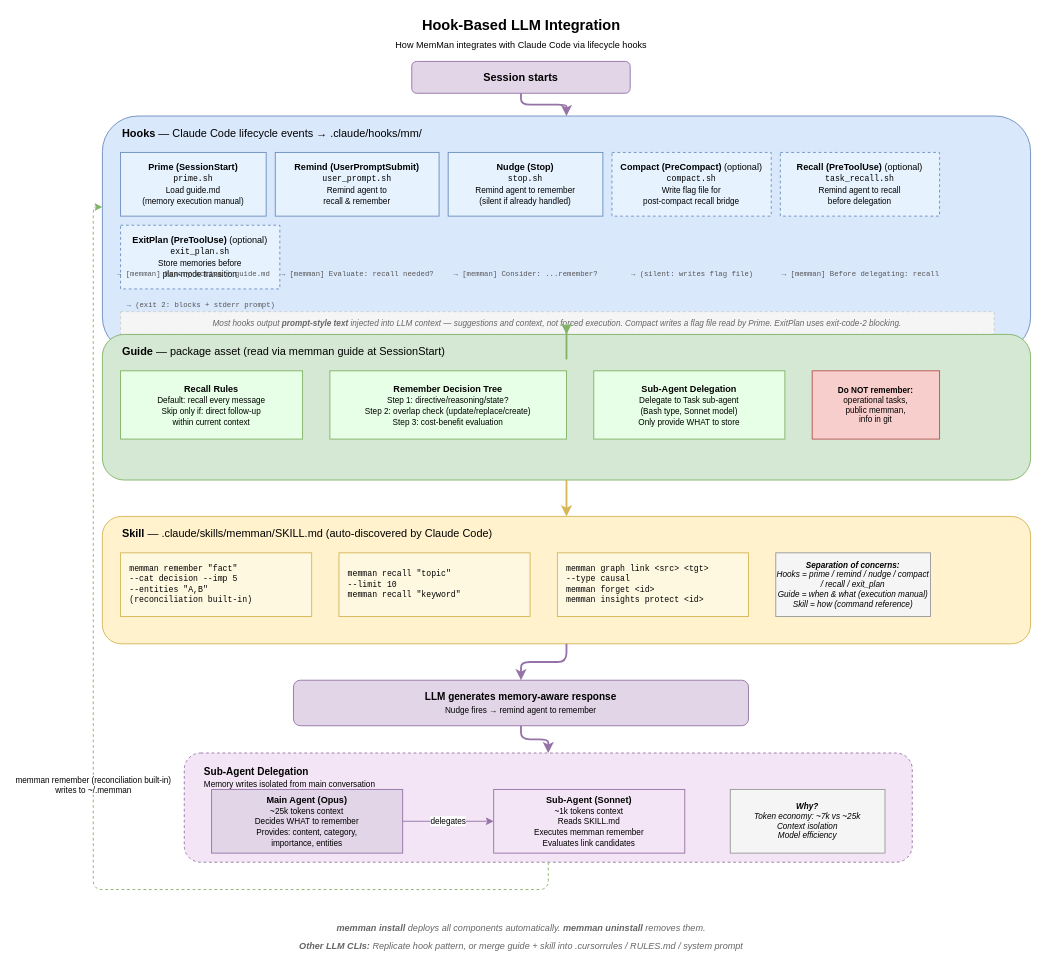
bissli/memman keeps this draw.io diagram as docs/diagrams/08-three-layer-integration.drawio. Above is the earlier version. Source tidied: cells renumbered, new cells numbered last; positions are measured from the earlier drawing's top-left corner, leaving out a move shared by most shapes. Both pictures are drawn from the tidied source at 91%, with x=0, y=0 at pixel (93, 15).
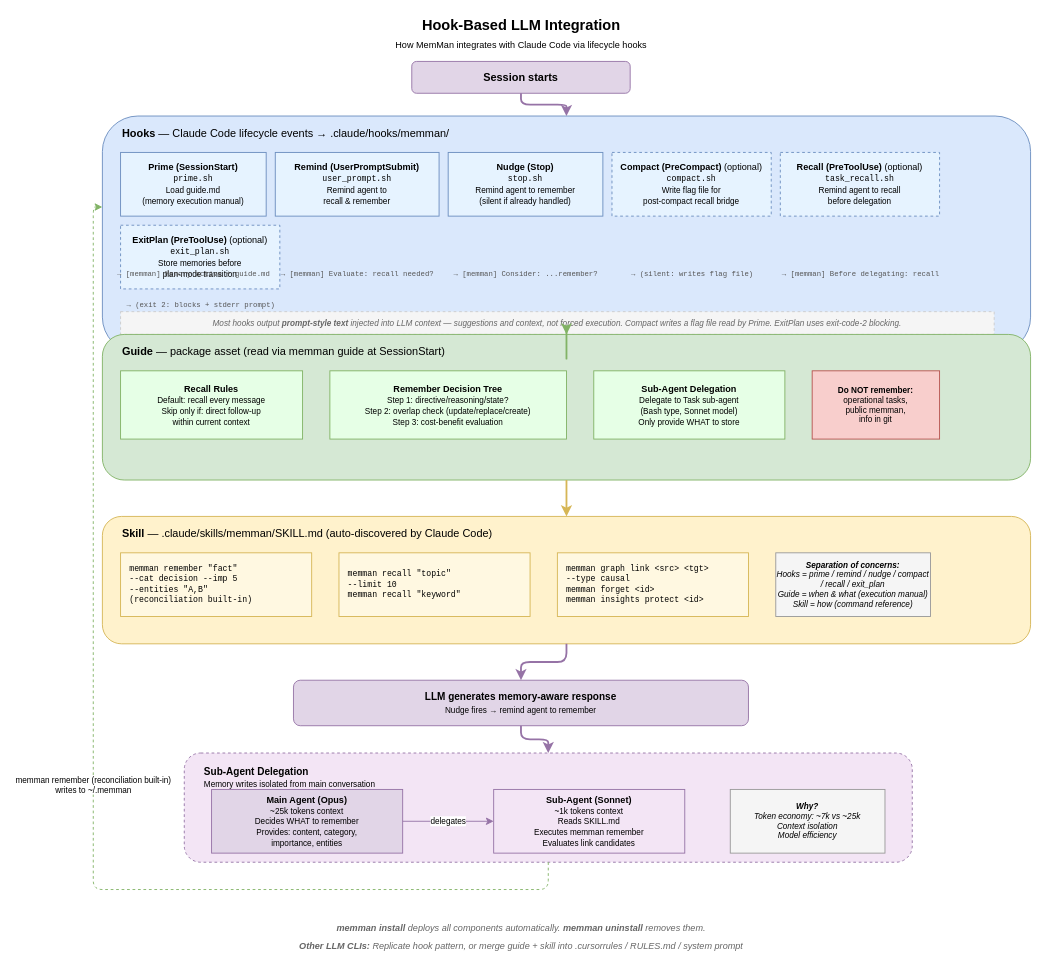
The same page after the edit.

Commit message (it also covers changes not shown here):
refactor(install): rename ~/.claude/hooks/mm/ to ~/.claude/hooks/memman/

Change to the diagram source:
```diff
@@
-    <mxCell id="5" value="&lt;b&gt;Hooks&lt;/b&gt; — Claude Code lifecycle events → .claude/hooks/mm/" style="text;html=1;align=left;fontSize=12;fillColor=none;strokeColor=none;" parent="1" vertex="1">
+    <mxCell id="5" value="&lt;b&gt;Hooks&lt;/b&gt; — Claude Code lifecycle events → .claude/hooks/memman/" style="text;html=1;align=left;fontSize=12;fillColor=none;strokeColor=none;" parent="1" vertex="1">
       <mxGeometry x="30" y="115" width="500" height="25" as="geometry" />
     </mxCell>
```
